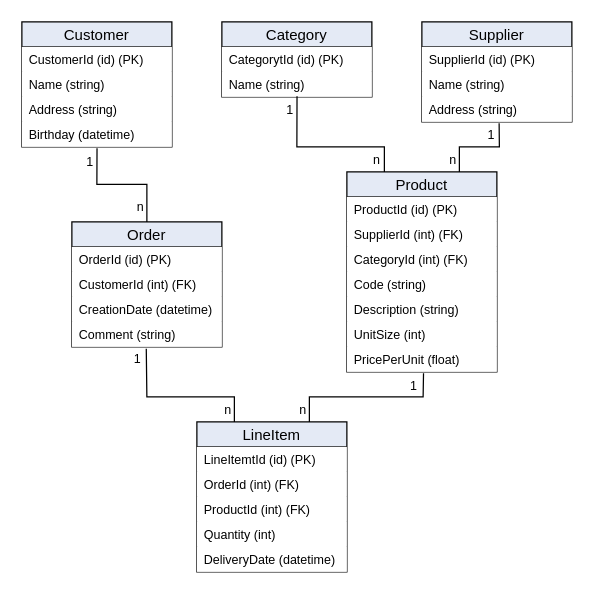
RomanBoegli/godbbench keeps this draw.io diagram as docs/assets/merchanterd.drawio. Above is the earlier version. Source tidied: cells renumbered, new cells numbered last; positions are measured from the earlier drawing's top-left corner, leaving out a move shared by most shapes. Both pictures are drawn from the tidied source at 125%, with x=0, y=0 at pixel (21, 21).
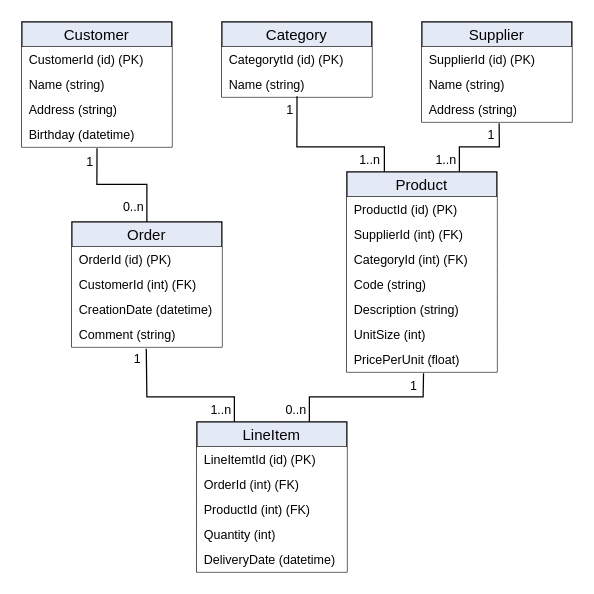
After the change.

Commit message (it also covers changes not shown here):
use UML for ERD

Unchanged cells that the change refers to:
```xml
<mxCell id="33" style="endArrow=none;html=1;rounded=0;fontSize=10;endFill=0;exitX=0.501;exitY=0.971;exitDx=0;exitDy=0;entryX=0.25;entryY=0;entryDx=0;entryDy=0;exitPerimeter=0;" parent="1" edge="1" source="28" target="2">
  <mxGeometry relative="1" as="geometry">
    <Array as="points">
      <mxPoint x="220" y="100" />
      <mxPoint x="290" y="100" />
    </Array>
  </mxGeometry>
</mxCell>
<mxCell id="36" style="endArrow=none;html=1;rounded=0;fontSize=10;endFill=0;exitX=0.515;exitY=1.057;exitDx=0;exitDy=0;entryX=0.75;entryY=0;entryDx=0;entryDy=0;exitPerimeter=0;" parent="1" edge="1" source="32" target="2">
  <mxGeometry relative="1" as="geometry">
    <Array as="points">
      <mxPoint x="382" y="100" />
      <mxPoint x="350" y="100" />
    </Array>
  </mxGeometry>
</mxCell>
<mxCell id="39" style="endArrow=none;html=1;rounded=0;fontSize=10;endFill=0;exitX=0.501;exitY=1.057;exitDx=0;exitDy=0;entryX=0.5;entryY=0;entryDx=0;entryDy=0;exitPerimeter=0;" parent="1" edge="1" source="19" target="10">
  <mxGeometry relative="1" as="geometry">
    <Array as="points">
      <mxPoint x="60" y="130" />
      <mxPoint x="100" y="130" />
    </Array>
  </mxGeometry>
</mxCell>
<mxCell id="42" style="endArrow=none;html=1;rounded=0;fontSize=10;endFill=0;exitX=0.496;exitY=1.071;exitDx=0;exitDy=0;entryX=0.25;entryY=0;entryDx=0;entryDy=0;exitPerimeter=0;" parent="1" edge="1" source="14" target="20">
  <mxGeometry relative="1" as="geometry">
    <Array as="points">
      <mxPoint x="100" y="300" />
      <mxPoint x="170" y="300" />
    </Array>
  </mxGeometry>
</mxCell>
<mxCell id="45" style="endArrow=none;html=1;rounded=0;fontSize=10;endFill=0;exitX=0.511;exitY=1.057;exitDx=0;exitDy=0;entryX=0.75;entryY=0;entryDx=0;entryDy=0;exitPerimeter=0;" parent="1" edge="1" source="9" target="20">
  <mxGeometry relative="1" as="geometry">
    <Array as="points">
      <mxPoint x="321" y="300" />
      <mxPoint x="230" y="300" />
    </Array>
  </mxGeometry>
</mxCell>
```

Diff of the diagram source:
```diff
@@
-    <mxCell id="35" value="n" style="edgeLabel;html=1;align=right;verticalAlign=bottom;fontSize=10;labelBackgroundColor=none;" parent="33" vertex="1">
+    <mxCell id="35" value="1..n" style="edgeLabel;html=1;align=right;verticalAlign=bottom;fontSize=10;labelBackgroundColor=none;" parent="33" vertex="1">
       <mxGeometry x="1" relative="1" as="geometry">
         <mxPoint x="-3" y="-2" as="offset" />
       </mxGeometry>
     </mxCell>
@@
-    <mxCell id="38" value="n" style="edgeLabel;html=1;align=right;verticalAlign=bottom;fontSize=10;labelBackgroundColor=none;" parent="36" vertex="1">
+    <mxCell id="38" value="1..n" style="edgeLabel;html=1;align=right;verticalAlign=bottom;fontSize=10;labelBackgroundColor=none;" parent="36" vertex="1">
       <mxGeometry x="1" relative="1" as="geometry">
         <mxPoint x="-2" y="-2" as="offset" />
       </mxGeometry>
     </mxCell>
@@
-    <mxCell id="41" value="n" style="edgeLabel;html=1;align=right;verticalAlign=bottom;fontSize=10;labelBackgroundColor=none;" parent="39" vertex="1">
+    <mxCell id="41" value="0..n" style="edgeLabel;html=1;align=right;verticalAlign=bottom;fontSize=10;labelBackgroundColor=none;" parent="39" vertex="1">
       <mxGeometry x="1" relative="1" as="geometry">
         <mxPoint x="-2" y="-4" as="offset" />
       </mxGeometry>
     </mxCell>
@@
-    <mxCell id="44" value="n" style="edgeLabel;html=1;align=right;verticalAlign=bottom;fontSize=10;labelBackgroundColor=none;" parent="42" vertex="1">
+    <mxCell id="44" value="1..n" style="edgeLabel;html=1;align=right;verticalAlign=bottom;fontSize=10;labelBackgroundColor=none;" parent="42" vertex="1">
       <mxGeometry x="1" relative="1" as="geometry">
         <mxPoint x="-2" y="-2" as="offset" />
       </mxGeometry>
     </mxCell>
@@
-    <mxCell id="47" value="n" style="edgeLabel;html=1;align=right;verticalAlign=bottom;fontSize=10;labelBackgroundColor=none;" parent="45" vertex="1">
+    <mxCell id="47" value="0..n" style="edgeLabel;html=1;align=right;verticalAlign=bottom;fontSize=10;labelBackgroundColor=none;" parent="45" vertex="1">
       <mxGeometry x="1" relative="1" as="geometry">
         <mxPoint x="-2" y="-2" as="offset" />
       </mxGeometry>
     </mxCell>
```
